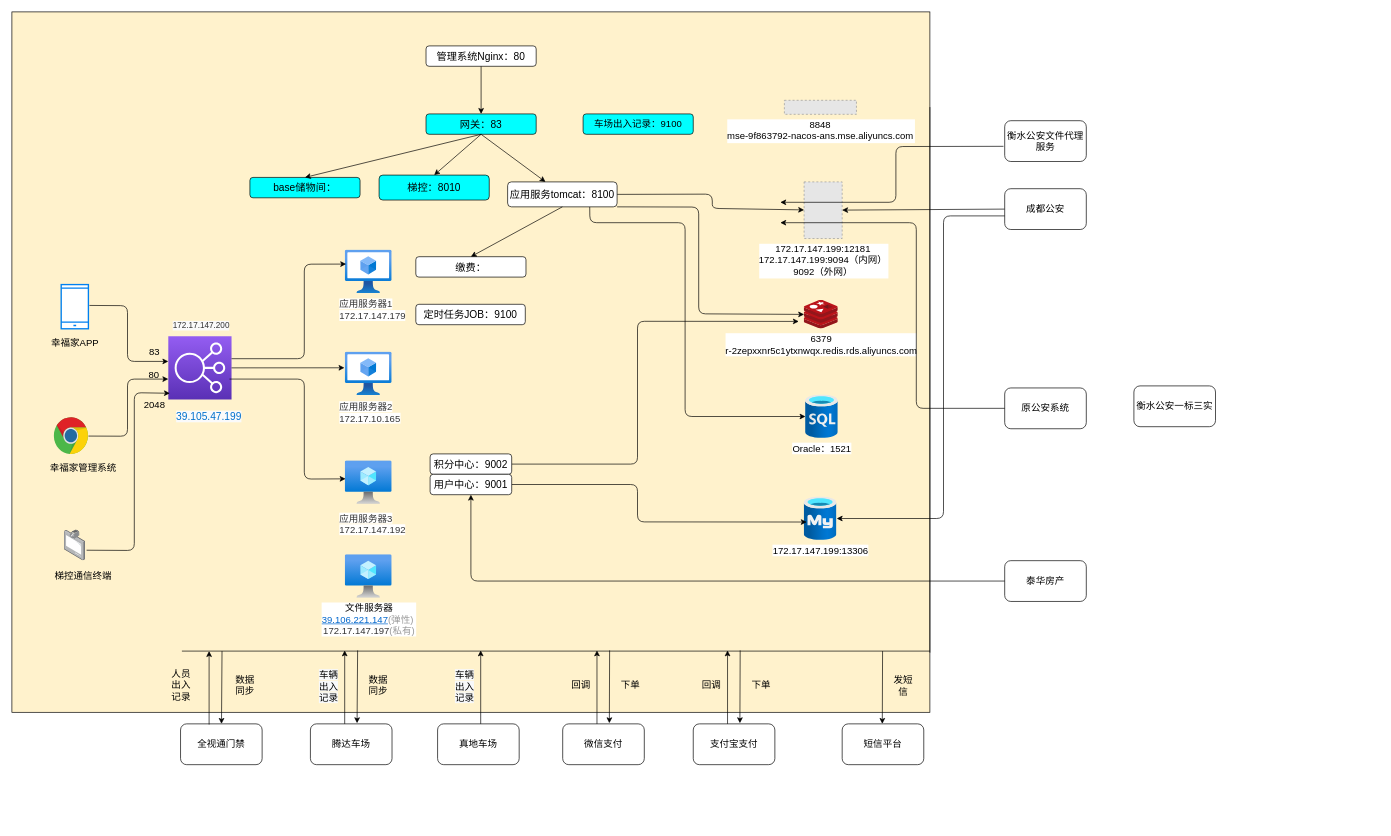
jeffmacn/myjava keeps this draw.io diagram as page "幸福家社区" (4 of 4) of heng_community.drawio. Above is the earlier version. Source tidied: cells renumbered, new cells numbered last; positions are measured from the earlier drawing's top-left corner, leaving out a move shared by most shapes. Both pictures are drawn from the tidied source at 68%, with x=0, y=0 at pixel (12, 12). Pictures stored in the file or linked from it are replaced by grey dashed boxes.
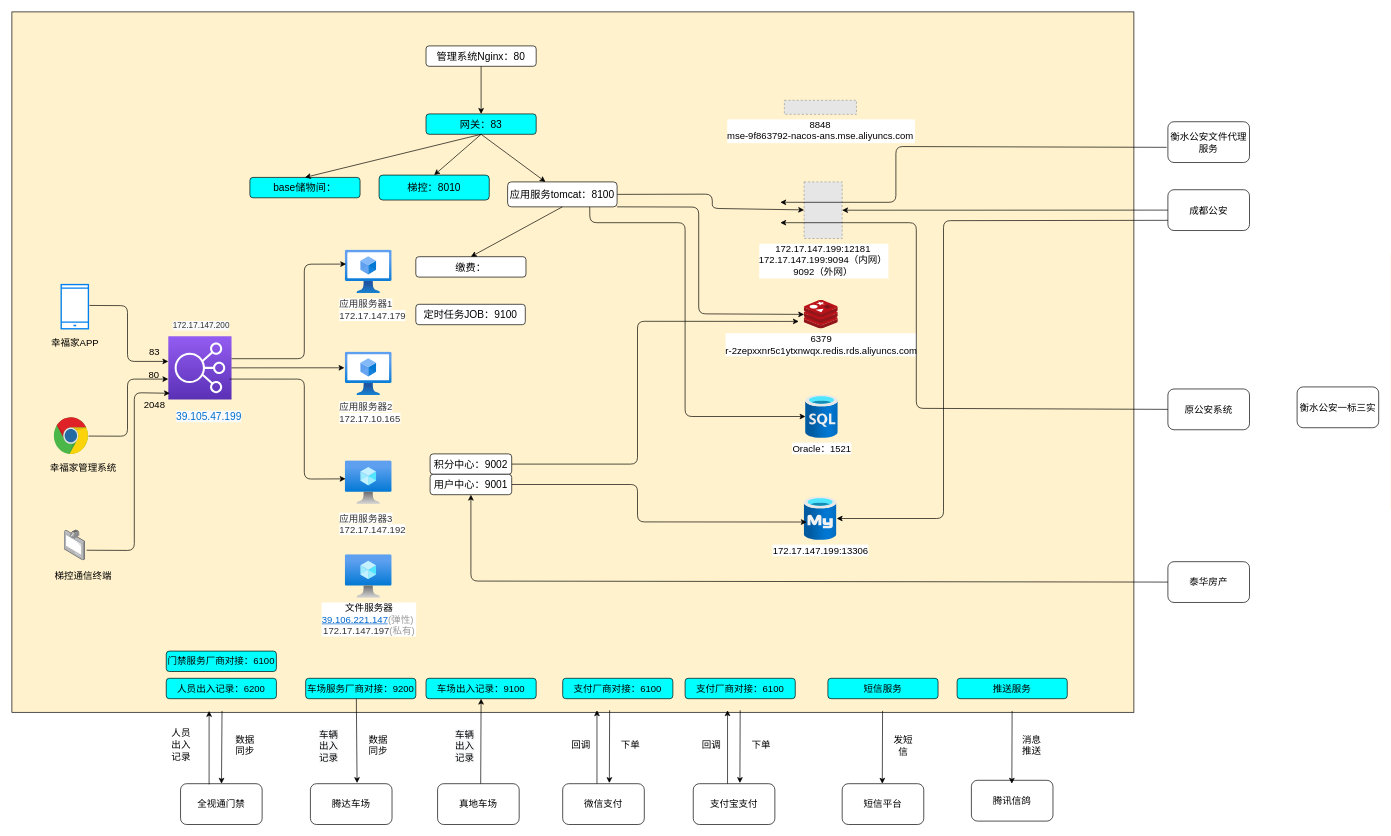
The same diagram, later.

Unchanged cells that the change refers to:
```xml
<mxCell id="11" value="172.17.147.199:13306" style="html=1;points=[];align=center;image;fontSize=14;image=img/lib/azure2/databases/Azure_Database_MySQL_Server.svg;" parent="1" vertex="1">
  <mxGeometry x="1165" y="713" width="48" height="64" as="geometry" />
</mxCell>
<mxCell id="14" value="172.17.147.199:12181&#10;172.17.147.199:9094（内网）&#10;9092（外网）" style="fillColor=#E6E6E6;strokeColor=#999999;dashed=1;verticalLabelPosition=bottom;labelBackgroundColor=#ffffff;verticalAlign=top;fontSize=14;" parent="1" vertex="1">
  <mxGeometry x="1165" y="250" width="56" height="83.3" as="geometry" />
</mxCell>
```

The edit, as a diff of the source:
```diff
@@
     <mxCell id="2" style="rounded=0;whiteSpace=wrap;html=1;fontFamily=Helvetica;fontSize=14;fillColor=#FFF2CC;" parent="1" vertex="1">
-      <mxGeometry width="1350" height="1030" as="geometry" />
+      <mxGeometry width="1650" height="1030" as="geometry" />
     </mxCell>
@@
     <mxCell id="15" value="全视通门禁" style="rounded=1;whiteSpace=wrap;html=1;fontSize=14;" parent="1" vertex="1">
-      <mxGeometry x="248" y="1047" width="120" height="60" as="geometry" />
+      <mxGeometry x="248" y="1135" width="120" height="60" as="geometry" />
     </mxCell>
     <mxCell id="16" value="腾达车场" style="rounded=1;whiteSpace=wrap;html=1;fontSize=14;" parent="1" vertex="1">
-      <mxGeometry x="439" y="1047" width="120" height="60" as="geometry" />
+      <mxGeometry x="439" y="1135" width="120" height="60" as="geometry" />
     </mxCell>
     <mxCell id="17" value="真地车场" style="rounded=1;whiteSpace=wrap;html=1;fontSize=14;" parent="1" vertex="1">
-      <mxGeometry x="626" y="1047" width="120" height="60" as="geometry" />
+      <mxGeometry x="626" y="1135" width="120" height="60" as="geometry" />
     </mxCell>
     <mxCell id="18" value="微信支付" style="rounded=1;whiteSpace=wrap;html=1;fontSize=14;" parent="1" vertex="1">
-      <mxGeometry x="810" y="1047" width="120" height="60" as="geometry" />
+      <mxGeometry x="810" y="1135" width="120" height="60" as="geometry" />
     </mxCell>
     <mxCell id="19" value="支付宝支付" style="rounded=1;whiteSpace=wrap;html=1;fontSize=14;" parent="1" vertex="1">
-      <mxGeometry x="1002" y="1047" width="120" height="60" as="geometry" />
+      <mxGeometry x="1002" y="1135" width="120" height="60" as="geometry" />
     </mxCell>
     <mxCell id="20" value="短信平台" style="rounded=1;whiteSpace=wrap;html=1;fontSize=14;" parent="1" vertex="1">
-      <mxGeometry x="1221" y="1047" width="120" height="60" as="geometry" />
+      <mxGeometry x="1221" y="1135" width="120" height="60" as="geometry" />
     </mxCell>
@@
-    <mxCell id="41" style="endArrow=none;html=1;fontFamily=Helvetica;fontSize=14;" parent="1" edge="1">
-      <mxGeometry relative="1" as="geometry">
-        <mxPoint x="250" y="940" as="sourcePoint" />
-        <mxPoint x="1350" y="940" as="targetPoint" />
-      </mxGeometry>
-    </mxCell>
     <mxCell id="42" style="endArrow=classic;html=1;fontFamily=Helvetica;fontSize=14;" parent="1" edge="1">
       <mxGeometry relative="1" as="geometry">
-        <mxPoint x="290" y="1048" as="sourcePoint" />
-        <mxPoint x="290" y="940" as="targetPoint" />
+        <mxPoint x="290" y="1136" as="sourcePoint" />
+        <mxPoint x="290" y="1028" as="targetPoint" />
       </mxGeometry>
     </mxCell>
     <mxCell id="43" style="endArrow=classic;html=1;fontFamily=Helvetica;fontSize=14;" parent="1" edge="1" target="15">
       <mxGeometry relative="1" as="geometry">
-        <mxPoint x="309" y="940" as="sourcePoint" />
+        <mxPoint x="309" y="1028" as="sourcePoint" />
       </mxGeometry>
     </mxCell>
     <mxCell id="44" value="人员出入记录" style="text;html=1;strokeColor=none;fillColor=none;align=center;verticalAlign=middle;whiteSpace=wrap;rounded=0;fontFamily=Helvetica;fontSize=14;" parent="1" vertex="1">
-      <mxGeometry x="229" y="980" width="40" height="20" as="geometry" />
+      <mxGeometry x="229" y="1068" width="40" height="20" as="geometry" />
     </mxCell>
-    <mxCell id="45" style="endArrow=classic;html=1;fontFamily=Helvetica;fontSize=14;" parent="1" edge="1">
-      <mxGeometry relative="1" as="geometry">
-        <mxPoint x="489.4" y="1047" as="sourcePoint" />
-        <mxPoint x="489.4" y="939" as="targetPoint" />
-      </mxGeometry>
-    </mxCell>
-    <mxCell id="46" style="endArrow=classic;html=1;fontFamily=Helvetica;fontSize=14;" parent="1" edge="1">
+    <mxCell id="46" style="endArrow=classic;html=1;fontFamily=Helvetica;fontSize=14;exitX=0.46;exitY=0.95;exitDx=0;exitDy=0;exitPerimeter=0;" parent="1" edge="1" source="91">
       <mxGeometry relative="1" as="geometry">
-        <mxPoint x="508.4" y="939" as="sourcePoint" />
-        <mxPoint x="507.6" y="1046" as="targetPoint" />
+        <mxPoint x="507.6" y="1134" as="targetPoint" />
       </mxGeometry>
     </mxCell>
     <mxCell id="47" value="&lt;span style=&quot;color: rgb(0 , 0 , 0) ; font-family: &amp;#34;helvetica&amp;#34; ; font-size: 14px ; font-style: normal ; font-weight: 400 ; letter-spacing: normal ; text-align: center ; text-indent: 0px ; text-transform: none ; word-spacing: 0px ; background-color: rgb(248 , 249 , 250) ; display: inline ; float: none&quot;&gt;车辆出入记录&lt;/span&gt;" style="text;whiteSpace=wrap;html=1;fontSize=14;fontFamily=Helvetica;" parent="1" vertex="1">
-      <mxGeometry x="450" y="960" width="40" height="30" as="geometry" />
+      <mxGeometry x="450" y="1048" width="40" height="30" as="geometry" />
     </mxCell>
     <mxCell id="48" value="数据同步" style="text;html=1;strokeColor=none;fillColor=none;align=center;verticalAlign=middle;whiteSpace=wrap;rounded=0;fontFamily=Helvetica;fontSize=14;" parent="1" vertex="1">
-      <mxGeometry x="323" y="980" width="40" height="20" as="geometry" />
+      <mxGeometry x="323" y="1068" width="40" height="20" as="geometry" />
     </mxCell>
     <mxCell id="49" value="数据同步" style="text;html=1;strokeColor=none;fillColor=none;align=center;verticalAlign=middle;whiteSpace=wrap;rounded=0;fontFamily=Helvetica;fontSize=14;" parent="1" vertex="1">
-      <mxGeometry x="519" y="980" width="40" height="20" as="geometry" />
+      <mxGeometry x="519" y="1068" width="40" height="20" as="geometry" />
     </mxCell>
-    <mxCell id="50" style="endArrow=classic;html=1;fontFamily=Helvetica;fontSize=14;" parent="1" edge="1">
+    <mxCell id="50" style="endArrow=classic;html=1;fontFamily=Helvetica;fontSize=14;entryX=0.5;entryY=1;entryDx=0;entryDy=0;" parent="1" edge="1" target="90">
       <mxGeometry relative="1" as="geometry">
-        <mxPoint x="689.4" y="1047" as="sourcePoint" />
-        <mxPoint x="689.4" y="939" as="targetPoint" />
+        <mxPoint x="689.4" y="1135" as="sourcePoint" />
       </mxGeometry>
     </mxCell>
     <mxCell id="51" value="&lt;span style=&quot;color: rgb(0 , 0 , 0) ; font-family: &amp;#34;helvetica&amp;#34; ; font-size: 14px ; font-style: normal ; font-weight: 400 ; letter-spacing: normal ; text-align: center ; text-indent: 0px ; text-transform: none ; word-spacing: 0px ; background-color: rgb(248 , 249 , 250) ; display: inline ; float: none&quot;&gt;车辆出入记录&lt;/span&gt;" style="text;whiteSpace=wrap;html=1;fontSize=14;fontFamily=Helvetica;" parent="1" vertex="1">
-      <mxGeometry x="650" y="960" width="40" height="30" as="geometry" />
+      <mxGeometry x="650" y="1048" width="40" height="30" as="geometry" />
     </mxCell>
     <mxCell id="52" style="endArrow=classic;html=1;fontFamily=Helvetica;fontSize=14;" parent="1" edge="1">
       <mxGeometry relative="1" as="geometry">
-        <mxPoint x="860.4" y="1047" as="sourcePoint" />
-        <mxPoint x="860.4" y="939" as="targetPoint" />
+        <mxPoint x="860.4" y="1135" as="sourcePoint" />
+        <mxPoint x="860.4" y="1027" as="targetPoint" />
       </mxGeometry>
     </mxCell>
     <mxCell id="53" style="endArrow=classic;html=1;fontFamily=Helvetica;fontSize=14;" parent="1" edge="1">
       <mxGeometry relative="1" as="geometry">
-        <mxPoint x="879" y="939" as="sourcePoint" />
-        <mxPoint x="878.6" y="1046" as="targetPoint" />
+        <mxPoint x="879" y="1027" as="sourcePoint" />
+        <mxPoint x="878.6" y="1134" as="targetPoint" />
       </mxGeometry>
     </mxCell>
     <mxCell id="54" value="&lt;div style=&quot;text-align: center&quot;&gt;&lt;span&gt;&lt;font face=&quot;helvetica&quot;&gt;回调&lt;/font&gt;&lt;/span&gt;&lt;/div&gt;" style="text;whiteSpace=wrap;html=1;fontSize=14;fontFamily=Helvetica;" parent="1" vertex="1">
-      <mxGeometry x="821" y="975" width="40" height="30" as="geometry" />
+      <mxGeometry x="821" y="1063" width="40" height="30" as="geometry" />
     </mxCell>
     <mxCell id="55" value="下单" style="text;html=1;strokeColor=none;fillColor=none;align=center;verticalAlign=middle;whiteSpace=wrap;rounded=0;fontFamily=Helvetica;fontSize=14;" parent="1" vertex="1">
-      <mxGeometry x="890" y="980" width="40" height="20" as="geometry" />
+      <mxGeometry x="890" y="1068" width="40" height="20" as="geometry" />
     </mxCell>
     <mxCell id="56" style="endArrow=classic;html=1;fontFamily=Helvetica;fontSize=14;" parent="1" edge="1">
       <mxGeometry relative="1" as="geometry">
-        <mxPoint x="1052.4" y="1047" as="sourcePoint" />
-        <mxPoint x="1052.4" y="939" as="targetPoint" />
+        <mxPoint x="1052.4" y="1135" as="sourcePoint" />
+        <mxPoint x="1052.4" y="1027" as="targetPoint" />
       </mxGeometry>
     </mxCell>
     <mxCell id="57" style="endArrow=classic;html=1;fontFamily=Helvetica;fontSize=14;" parent="1" edge="1">
       <mxGeometry relative="1" as="geometry">
-        <mxPoint x="1071" y="939" as="sourcePoint" />
-        <mxPoint x="1070.6" y="1046" as="targetPoint" />
+        <mxPoint x="1071" y="1027" as="sourcePoint" />
+        <mxPoint x="1070.6" y="1134" as="targetPoint" />
       </mxGeometry>
     </mxCell>
     <mxCell id="58" value="&lt;div style=&quot;text-align: center&quot;&gt;&lt;span&gt;&lt;font face=&quot;helvetica&quot;&gt;回调&lt;/font&gt;&lt;/span&gt;&lt;/div&gt;" style="text;whiteSpace=wrap;html=1;fontSize=14;fontFamily=Helvetica;" parent="1" vertex="1">
-      <mxGeometry x="1013" y="975" width="40" height="30" as="geometry" />
+      <mxGeometry x="1013" y="1063" width="40" height="30" as="geometry" />
     </mxCell>
     <mxCell id="59" value="下单" style="text;html=1;strokeColor=none;fillColor=none;align=center;verticalAlign=middle;whiteSpace=wrap;rounded=0;fontFamily=Helvetica;fontSize=14;" parent="1" vertex="1">
-      <mxGeometry x="1082" y="980" width="40" height="20" as="geometry" />
+      <mxGeometry x="1082" y="1068" width="40" height="20" as="geometry" />
     </mxCell>
     <mxCell id="60" style="endArrow=classic;html=1;fontFamily=Helvetica;fontSize=14;" parent="1" edge="1">
       <mxGeometry relative="1" as="geometry">
-        <mxPoint x="1280.4" y="940" as="sourcePoint" />
-        <mxPoint x="1280" y="1047" as="targetPoint" />
+        <mxPoint x="1280.4" y="1028" as="sourcePoint" />
+        <mxPoint x="1280" y="1135" as="targetPoint" />
       </mxGeometry>
     </mxCell>
     <mxCell id="61" value="发短信" style="text;html=1;strokeColor=none;fillColor=none;align=center;verticalAlign=middle;whiteSpace=wrap;rounded=0;fontFamily=Helvetica;fontSize=14;" parent="1" vertex="1">
-      <mxGeometry x="1291.4" y="981" width="40" height="20" as="geometry" />
+      <mxGeometry x="1291.4" y="1069" width="40" height="20" as="geometry" />
     </mxCell>
@@
-    <mxCell id="65" style="endArrow=none;html=1;fontFamily=Helvetica;fontSize=14;" parent="1" edge="1">
-      <mxGeometry relative="1" as="geometry">
-        <mxPoint x="1350" y="942.3" as="sourcePoint" />
-        <mxPoint x="1350" y="140" as="targetPoint" />
-      </mxGeometry>
-    </mxCell>
-    <mxCell id="66" style="endArrow=classic;html=1;fontFamily=Helvetica;fontSize=14;" parent="1" edge="1" target="14">
-      <mxGeometry relative="1" as="geometry">
-        <mxPoint x="1460" y="290" as="sourcePoint" />
-      </mxGeometry>
+    <mxCell id="66" style="endArrow=classic;html=1;fontFamily=Helvetica;fontSize=14;exitX=0;exitY=0.5;exitDx=0;exitDy=0;" parent="1" edge="1" source="67" target="14">
+      <mxGeometry relative="1" as="geometry" />
     </mxCell>
     <mxCell id="67" value="成都公安" style="rounded=1;whiteSpace=wrap;html=1;fontFamily=Helvetica;fontSize=14;" parent="1" vertex="1">
-      <mxGeometry x="1460" y="260" width="120" height="60" as="geometry" />
+      <mxGeometry x="1700" y="261.5" width="120" height="60" as="geometry" />
     </mxCell>
     <mxCell id="68" value="衡水公安文件代理服务" style="rounded=1;whiteSpace=wrap;html=1;fontFamily=Helvetica;fontSize=14;" parent="1" vertex="1">
-      <mxGeometry x="1460" y="160" width="120" height="60" as="geometry" />
+      <mxGeometry x="1700" y="161.5" width="120" height="60" as="geometry" />
     </mxCell>
@@
-    <mxCell id="70" style="endArrow=classic;html=1;fontFamily=Helvetica;fontSize=14;" parent="1" edge="1" target="11">
+    <mxCell id="70" style="endArrow=classic;html=1;fontFamily=Helvetica;fontSize=14;exitX=0;exitY=0.75;exitDx=0;exitDy=0;" parent="1" edge="1" source="67" target="11">
       <mxGeometry relative="1" as="geometry">
-        <mxPoint x="1460" y="300" as="sourcePoint" />
         <Array as="points">
-          <mxPoint x="1370" y="300" />
+          <mxPoint x="1370" y="307" />
           <mxPoint x="1370" y="745" />
         </Array>
       </mxGeometry>
     </mxCell>
     <mxCell id="71" value="原公安系统" style="rounded=1;whiteSpace=wrap;html=1;fontFamily=Helvetica;fontSize=14;" parent="1" vertex="1">
-      <mxGeometry x="1460" y="553" width="120" height="60" as="geometry" />
+      <mxGeometry x="1700" y="554.5" width="120" height="60" as="geometry" />
     </mxCell>
     <mxCell id="72" value="衡水公安一标三实" style="rounded=1;whiteSpace=wrap;html=1;fontFamily=Helvetica;fontSize=14;" parent="1" vertex="1">
-      <mxGeometry x="1650" y="550" width="120" height="60" as="geometry" />
+      <mxGeometry x="1890" y="551.5" width="120" height="60" as="geometry" />
     </mxCell>
@@
     <mxCell id="74" value="泰华房产" style="rounded=1;whiteSpace=wrap;html=1;fontFamily=Helvetica;fontSize=14;fillColor=#FFFFFF;" parent="1" vertex="1">
-      <mxGeometry x="1460" y="807" width="120" height="60" as="geometry" />
+      <mxGeometry x="1700" y="808.5" width="120" height="60" as="geometry" />
     </mxCell>
@@
     <mxCell id="90" value="车场出入记录：9100" style="rounded=1;whiteSpace=wrap;html=1;fontFamily=Helvetica;fontSize=14;fillColor=#00FFFF;" parent="1" vertex="1">
-      <mxGeometry x="840" y="150" width="162" height="30" as="geometry" />
+      <mxGeometry x="609" y="980" width="162" height="30" as="geometry" />
     </mxCell>
+    <mxCell id="91" value="车场服务厂商对接：9200" style="rounded=1;whiteSpace=wrap;html=1;fontFamily=Helvetica;fontSize=14;fillColor=#00FFFF;" parent="1" vertex="1">
+      <mxGeometry x="432" y="980" width="162" height="30" as="geometry" />
+    </mxCell>
+    <mxCell id="92" value="人员出入记录：6200" style="rounded=1;whiteSpace=wrap;html=1;fontFamily=Helvetica;fontSize=14;fillColor=#00FFFF;" parent="1" vertex="1">
+      <mxGeometry x="227" y="980" width="162" height="30" as="geometry" />
+    </mxCell>
+    <mxCell id="93" value="门禁服务厂商对接：6100" style="rounded=1;whiteSpace=wrap;html=1;fontFamily=Helvetica;fontSize=14;fillColor=#00FFFF;" parent="1" vertex="1">
+      <mxGeometry x="227" y="940" width="162" height="30" as="geometry" />
+    </mxCell>
+    <mxCell id="94" value="支付厂商对接：6100" style="rounded=1;whiteSpace=wrap;html=1;fontFamily=Helvetica;fontSize=14;fillColor=#00FFFF;" parent="1" vertex="1">
+      <mxGeometry x="810" y="980" width="162" height="30" as="geometry" />
+    </mxCell>
+    <mxCell id="95" value="支付厂商对接：6100" style="rounded=1;whiteSpace=wrap;html=1;fontFamily=Helvetica;fontSize=14;fillColor=#00FFFF;" parent="1" vertex="1">
+      <mxGeometry x="990" y="980" width="162" height="30" as="geometry" />
+    </mxCell>
+    <mxCell id="96" value="短信服务" style="rounded=1;whiteSpace=wrap;html=1;fontFamily=Helvetica;fontSize=14;fillColor=#00FFFF;" parent="1" vertex="1">
+      <mxGeometry x="1200" y="980" width="162" height="30" as="geometry" />
+    </mxCell>
+    <mxCell id="97" value="推送服务" style="rounded=1;whiteSpace=wrap;html=1;fontFamily=Helvetica;fontSize=14;fillColor=#00FFFF;" parent="1" vertex="1">
+      <mxGeometry x="1390" y="980" width="162" height="30" as="geometry" />
+    </mxCell>
+    <mxCell id="98" value="腾讯信鸽" style="rounded=1;whiteSpace=wrap;html=1;fontSize=14;" parent="1" vertex="1">
+      <mxGeometry x="1411" y="1130" width="120" height="60" as="geometry" />
+    </mxCell>
+    <mxCell id="99" style="endArrow=classic;html=1;fontFamily=Helvetica;fontSize=14;" parent="1" edge="1">
+      <mxGeometry relative="1" as="geometry">
+        <mxPoint x="1470.9" y="1028" as="sourcePoint" />
+        <mxPoint x="1470.5" y="1135" as="targetPoint" />
+      </mxGeometry>
+    </mxCell>
+    <mxCell id="100" value="消息推送" style="text;html=1;strokeColor=none;fillColor=none;align=center;verticalAlign=middle;whiteSpace=wrap;rounded=0;fontFamily=Helvetica;fontSize=14;" parent="1" vertex="1">
+      <mxGeometry x="1480" y="1068" width="40" height="20" as="geometry" />
+    </mxCell>
```
